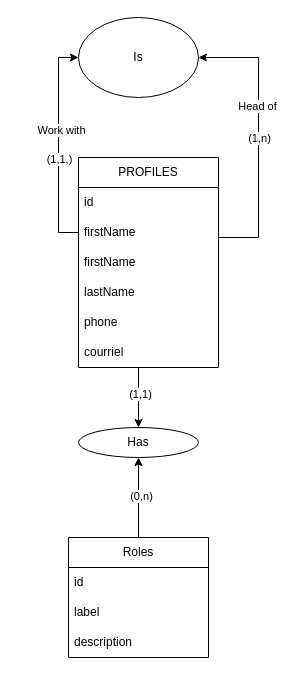
This is gestion-commerciale.drawio from LorinceTawamba/gestion-commerciale, a draw.io file, before an edit. Source tidied: cells renumbered, new cells numbered last; positions are measured from the earlier drawing's top-left corner, leaving out a move shared by most shapes. Both pictures are drawn from the tidied source at 100%, with x=0, y=0 at pixel (58, 17).
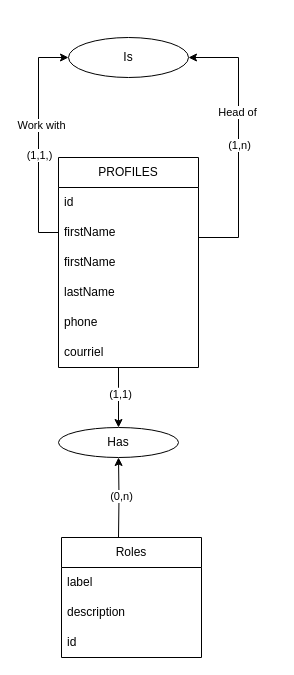
After the change.

Commit message:
Mettre à jour gestion-commerciale.drawio

Unchanged cells that the change refers to:
```xml
<mxCell id="9" value="firstName" style="text;strokeColor=none;fillColor=none;align=left;verticalAlign=middle;spacingLeft=4;spacingRight=4;overflow=hidden;points=[[0,0.5],[1,0.5]];portConstraint=eastwest;whiteSpace=wrap;html=1;" parent="7" vertex="1">
  <mxGeometry y="60" width="140" height="30" as="geometry" />
</mxCell>
```

The edit, as a diff of the source:
```diff
@@
     <mxCell id="2" style="edgeStyle=orthogonalEdgeStyle;rounded=0;jettySize=auto;html=1;" parent="1" edge="1" source="7" target="14">
       <mxGeometry relative="1" as="geometry">
         <Array as="points">
-          <mxPoint x="200" y="220" />
-          <mxPoint x="200" y="40" />
+          <mxPoint x="180" y="220" />
+          <mxPoint x="180" y="40" />
         </Array>
       </mxGeometry>
     </mxCell>
@@
     <mxCell id="5" style="edgeStyle=orthogonalEdgeStyle;rounded=0;jettySize=auto;html=1;" parent="1" edge="1" source="7" target="24">
       <mxGeometry relative="1" as="geometry">
         <Array as="points">
-          <mxPoint x="80" y="370" />
-          <mxPoint x="80" y="370" />
+          <mxPoint x="60" y="370" />
+          <mxPoint x="60" y="370" />
         </Array>
       </mxGeometry>
     </mxCell>
@@
     <mxCell id="7" value="PROFILES" style="swimlane;fontStyle=0;horizontal=1;startSize=30;whiteSpace=wrap;html=1;" parent="1" vertex="1">
-      <mxGeometry x="20" y="140" width="140" height="210" as="geometry" />
+      <mxGeometry y="140" width="140" height="210" as="geometry" />
     </mxCell>
@@
     <mxCell id="14" value="Is" style="ellipse;whiteSpace=wrap;html=1;" parent="1" vertex="1">
-      <mxGeometry x="20" width="120" height="80" as="geometry" />
+      <mxGeometry x="10" y="20" width="120" height="40" as="geometry" />
     </mxCell>
     <mxCell id="15" style="edgeStyle=orthogonalEdgeStyle;rounded=0;jettySize=auto;html=1;" parent="1" edge="1" source="9" target="14">
       <mxGeometry relative="1" as="geometry">
         <Array as="points">
-          <mxPoint y="215" />
-          <mxPoint y="40" />
+          <mxPoint x="-20" y="215" />
+          <mxPoint x="-20" y="40" />
         </Array>
       </mxGeometry>
     </mxCell>
@@
-    <mxCell id="18" style="edgeStyle=orthogonalEdgeStyle;rounded=0;jettySize=auto;html=1;entryX=0.5;entryY=1;entryDx=0;entryDy=0;" parent="1" edge="1" source="20" target="24">
-      <mxGeometry relative="1" as="geometry" />
+    <mxCell id="18" style="edgeStyle=orthogonalEdgeStyle;rounded=0;jettySize=auto;html=1;entryX=0.5;entryY=1;entryDx=0;entryDy=0;" parent="1" edge="1" target="24">
+      <mxGeometry relative="1" as="geometry">
+        <mxPoint x="60" y="520" as="sourcePoint" />
+      </mxGeometry>
     </mxCell>
@@
     <mxCell id="20" value="Roles" style="swimlane;fontStyle=0;horizontal=1;startSize=30;whiteSpace=wrap;html=1;" parent="1" vertex="1">
-      <mxGeometry x="10" y="520" width="140" height="120" as="geometry" />
+      <mxGeometry x="3" y="520" width="140" height="120" as="geometry" />
     </mxCell>
-    <mxCell id="21" value="id" style="text;strokeColor=none;fillColor=none;align=left;verticalAlign=middle;spacingLeft=4;spacingRight=4;overflow=hidden;whiteSpace=wrap;html=1;" parent="20" vertex="1">
-      <mxGeometry y="30" width="140" height="30" as="geometry" />
-    </mxCell>
     <mxCell id="22" value="label" style="text;strokeColor=none;fillColor=none;align=left;verticalAlign=middle;spacingLeft=4;spacingRight=4;overflow=hidden;whiteSpace=wrap;html=1;" parent="20" vertex="1">
-      <mxGeometry y="60" width="140" height="30" as="geometry" />
+      <mxGeometry y="30" width="140" height="30" as="geometry" />
     </mxCell>
     <mxCell id="23" value="description" style="text;strokeColor=none;fillColor=none;align=left;verticalAlign=middle;spacingLeft=4;spacingRight=4;overflow=hidden;whiteSpace=wrap;html=1;" parent="20" vertex="1">
-      <mxGeometry y="90" width="140" height="30" as="geometry" />
+      <mxGeometry y="60" width="140" height="30" as="geometry" />
     </mxCell>
+    <mxCell id="21" value="id" style="text;strokeColor=none;fillColor=none;align=left;verticalAlign=middle;spacingLeft=4;spacingRight=4;overflow=hidden;whiteSpace=wrap;html=1;" parent="20" vertex="1">
+      <mxGeometry y="90" width="140" height="30" as="geometry" />
+    </mxCell>
     <mxCell id="24" value="Has" style="ellipse;whiteSpace=wrap;html=1;" parent="1" vertex="1">
-      <mxGeometry x="20" y="410" width="120" height="30" as="geometry" />
+      <mxGeometry y="410" width="120" height="30" as="geometry" />
     </mxCell>
```
